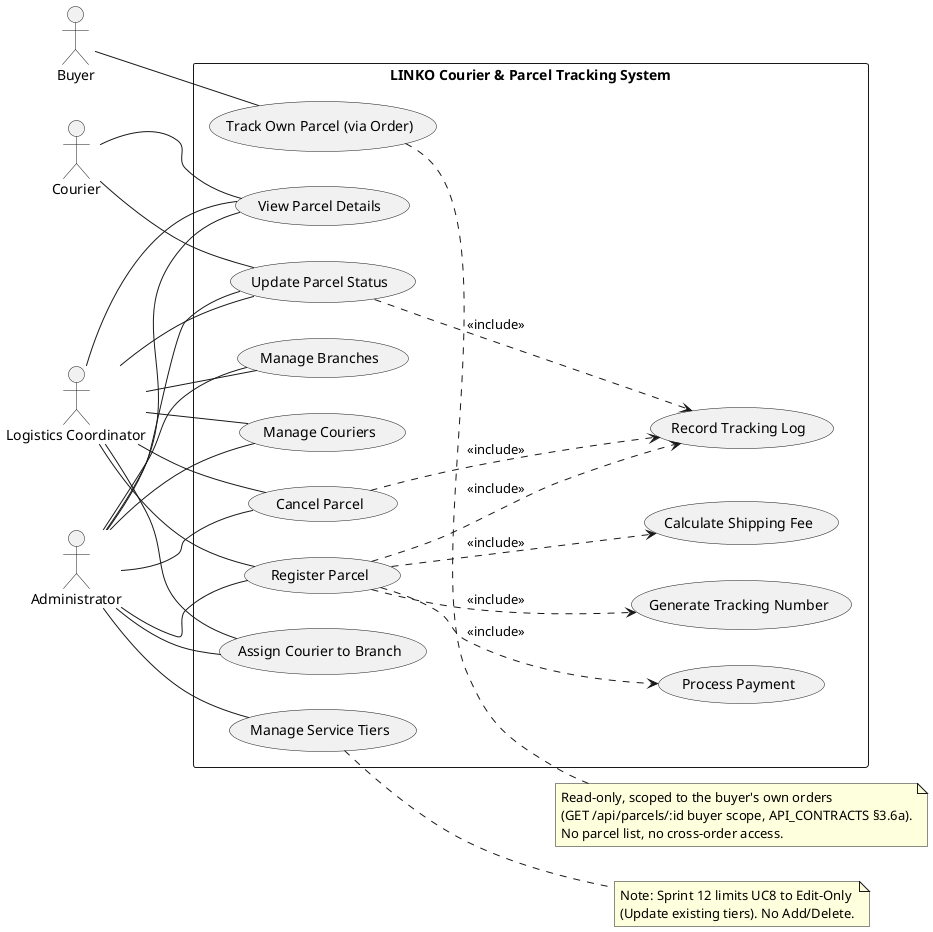
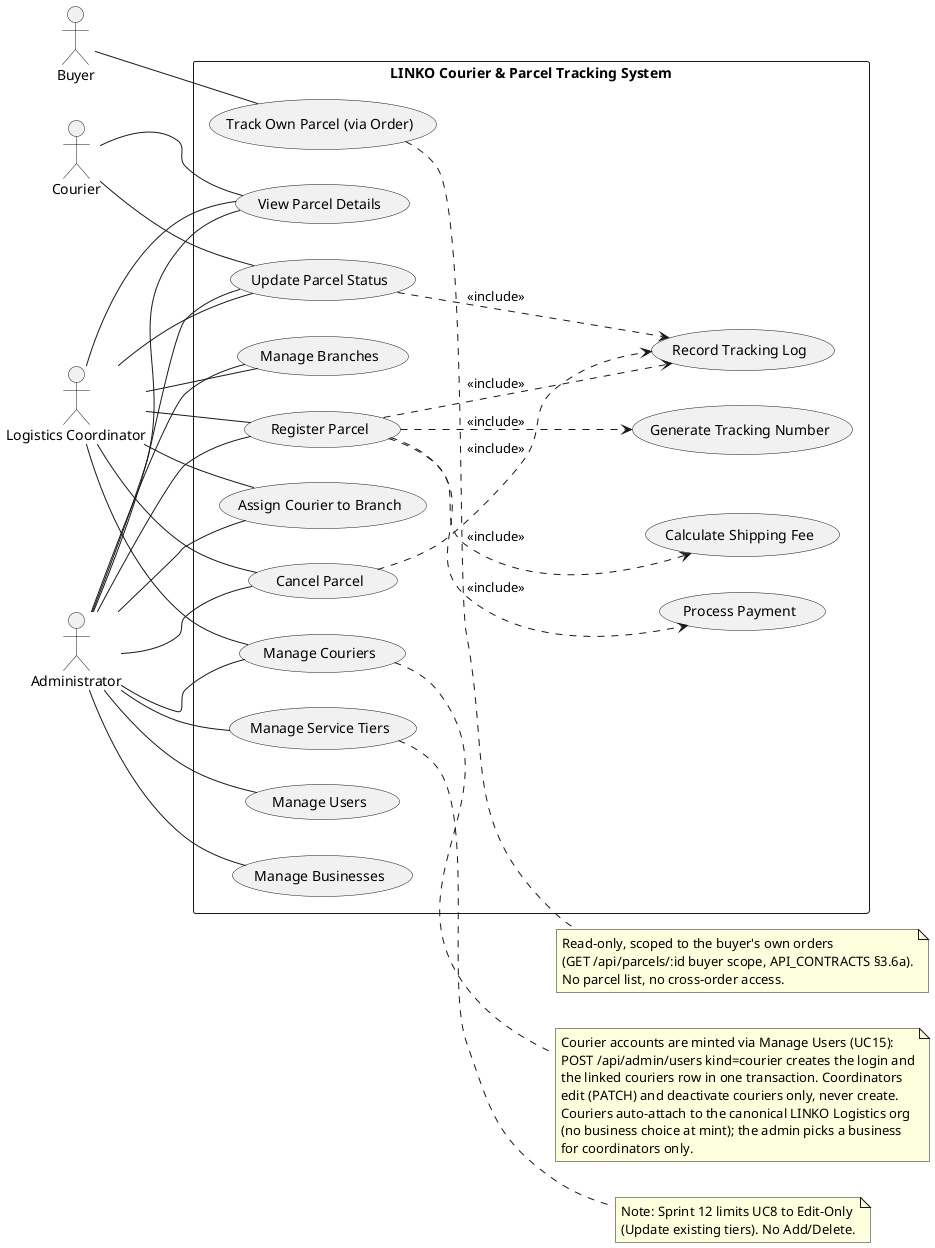
@startuml
left to right direction

actor "Buyer" as Buyer
actor "Courier" as Courier
actor "Logistics Coordinator" as Coordinator
actor "Administrator" as Admin

rectangle "LINKO Courier & Parcel Tracking System" {
  usecase "Register Parcel" as UC1
  usecase "Calculate Shipping Fee" as UC2
  usecase "Process Payment" as UC3
  usecase "Track Own Parcel (via Order)" as UC4
  usecase "Update Parcel Status" as UC6
  usecase "Assign Courier to Branch" as UC7
  usecase "Manage Service Tiers" as UC8
  usecase "Manage Branches" as UC9
  usecase "Manage Couriers" as UC10
  usecase "Generate Tracking Number" as UC11
  usecase "Record Tracking Log" as UC12
  usecase "View Parcel Details" as UC13
  usecase "Cancel Parcel" as UC14
+   usecase "Manage Users" as UC15
+   usecase "Manage Businesses" as UC16
}

Buyer -- UC4

Courier -- UC6
Courier -- UC13

Coordinator -- UC1
Coordinator -- UC6
Coordinator -- UC7
Coordinator -- UC9
Coordinator -- UC10
Coordinator -- UC13
Coordinator -- UC14

Admin -- UC1
Admin -- UC6
Admin -- UC7
Admin -- UC8
Admin -- UC9
Admin -- UC10
Admin -- UC13
Admin -- UC14
+ Admin -- UC15
+ Admin -- UC16

UC1 ..> UC11 : <<include>>
UC1 ..> UC2 : <<include>>
UC1 ..> UC3 : <<include>>
UC1 ..> UC12 : <<include>>
UC6 ..> UC12 : <<include>>
UC14 ..> UC12 : <<include>>

note right of UC8
  Note: Sprint 12 limits UC8 to Edit-Only
  (Update existing tiers). No Add/Delete.
end note

note right of UC4
  Read-only, scoped to the buyer's own orders
  (GET /api/parcels/:id buyer scope, API_CONTRACTS §3.6a).
  No parcel list, no cross-order access.
end note

+ note right of UC10
+   Courier accounts are minted via Manage Users (UC15):
+   POST /api/admin/users kind=courier creates the login and
+   the linked couriers row in one transaction. Coordinators
+   edit (PATCH) and deactivate couriers only, never create.
+   Couriers auto-attach to the canonical LINKO Logistics org
+   (no business choice at mint); the admin picks a business
+   for coordinators only.
+ end note
+ 
@enduml
